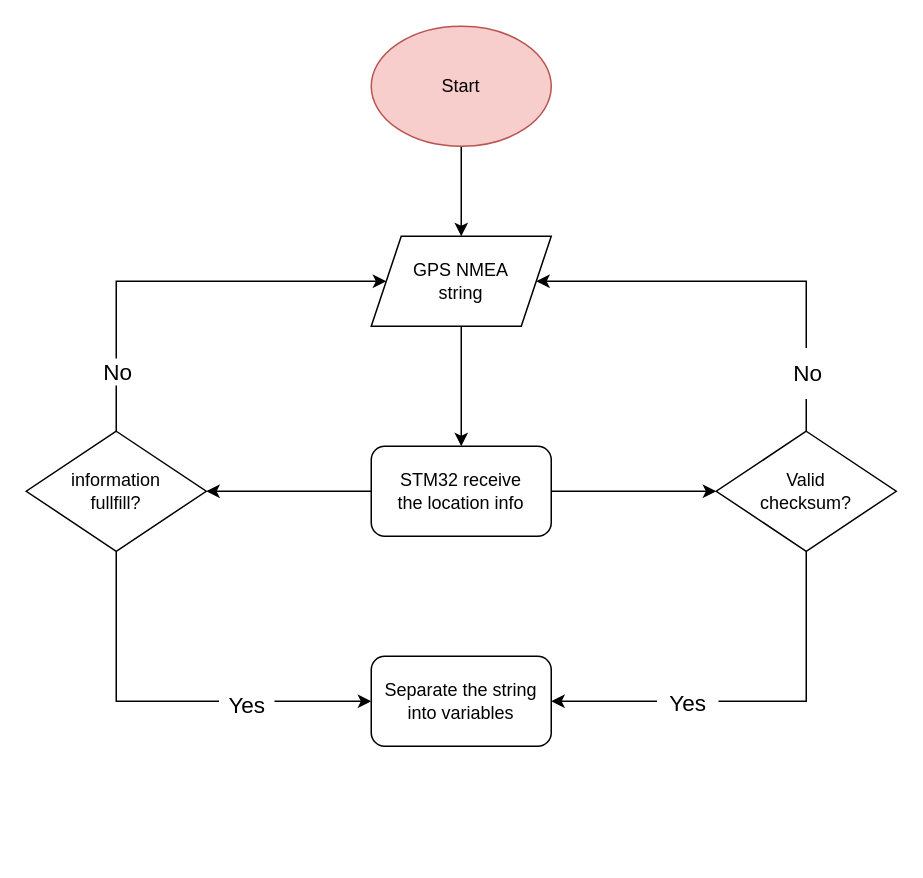
Above: GPS-device-flowchart.drawio in lukas0173/Draw.io (draw.io), before the change. Source tidied: cells renumbered, new cells numbered last; positions are measured from the earlier drawing's top-left corner, leaving out a move shared by most shapes. Both pictures are drawn from the tidied source at 150%, with x=0, y=0 at pixel (26, 26).
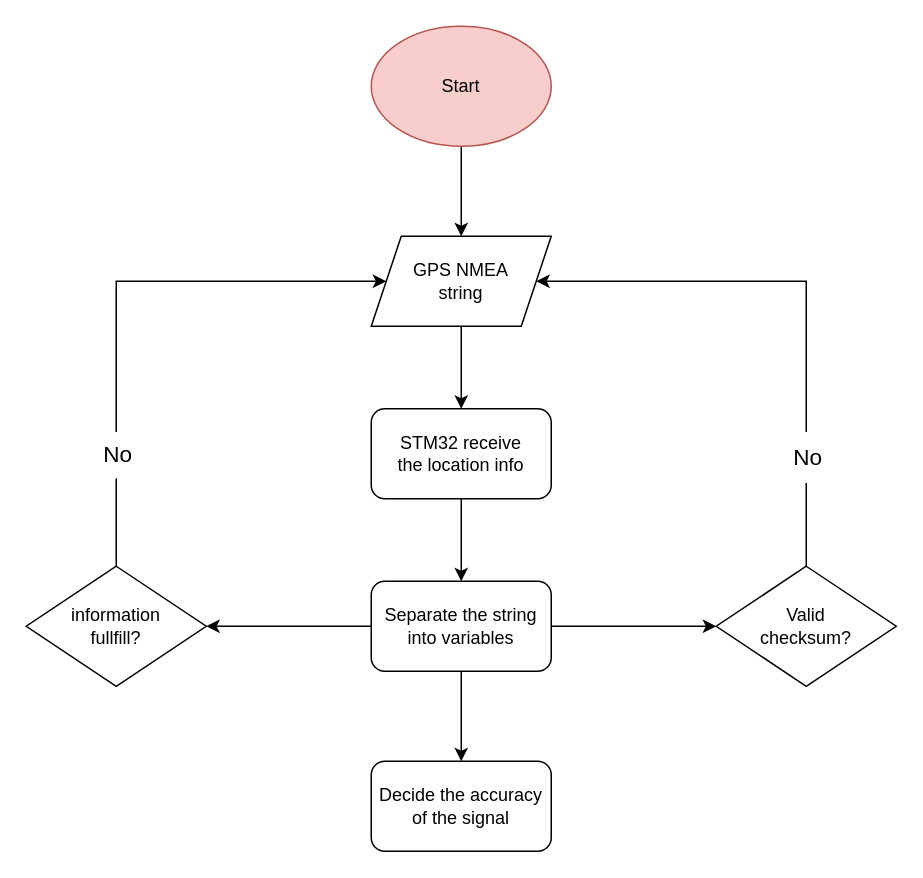
The same page after the edit.

Unchanged cells that the change refers to:
```xml
<mxCell id="6" style="edgeStyle=orthogonalEdgeStyle;rounded=0;jettySize=auto;html=1;entryX=1;entryY=0.5;entryDx=0;entryDy=0;" parent="1" edge="1" source="10" target="5">
  <mxGeometry relative="1" as="geometry">
    <Array as="points">
      <mxPoint x="520" y="170" />
    </Array>
  </mxGeometry>
</mxCell>
<mxCell id="11" style="edgeStyle=orthogonalEdgeStyle;rounded=0;jettySize=auto;html=1;entryX=0;entryY=0.5;entryDx=0;entryDy=0;" parent="1" edge="1" source="15" target="5">
  <mxGeometry relative="1" as="geometry">
    <Array as="points">
      <mxPoint x="60" y="170" />
    </Array>
  </mxGeometry>
</mxCell>
```

Diff of the diagram source:
```diff
@@
     <mxCell id="7" value="&lt;p style=&quot;line-height: 80%;&quot;&gt;&lt;/p&gt;&lt;div style=&quot;font-size: 15px; line-height: 80%;&quot;&gt;No&lt;/div&gt;&lt;p&gt;&lt;/p&gt;" style="edgeLabel;html=1;align=center;verticalAlign=middle;" parent="6" vertex="1">
       <mxGeometry x="-0.69" y="-2" relative="1" as="geometry">
-        <mxPoint x="-2" y="3" as="offset" />
+        <mxPoint x="-2" y="-17" as="offset" />
       </mxGeometry>
     </mxCell>
-    <mxCell id="8" style="edgeStyle=orthogonalEdgeStyle;rounded=0;jettySize=auto;html=1;entryX=1;entryY=0.5;entryDx=0;entryDy=0;" parent="1" edge="1" source="10" target="19">
-      <mxGeometry relative="1" as="geometry">
-        <Array as="points">
-          <mxPoint x="520" y="450" />
-        </Array>
-      </mxGeometry>
-    </mxCell>
-    <mxCell id="9" value="&lt;font style=&quot;font-size: 15px;&quot;&gt;&amp;nbsp; Yes &amp;nbsp; &lt;br&gt;&lt;/font&gt;" style="edgeLabel;html=1;align=center;verticalAlign=middle;" parent="8" vertex="1">
-      <mxGeometry x="0.41" relative="1" as="geometry">
-        <mxPoint x="10" as="offset" />
-      </mxGeometry>
-    </mxCell>
     <mxCell id="10" value="&lt;div&gt;Valid&lt;/div&gt;&lt;div&gt;checksum?&lt;br&gt;&lt;/div&gt;" style="rhombus;whiteSpace=wrap;html=1;" parent="1" vertex="1">
-      <mxGeometry x="460" y="270" width="120" height="80" as="geometry" />
+      <mxGeometry x="460" y="360" width="120" height="80" as="geometry" />
     </mxCell>
@@
-    <mxCell id="12" value="&lt;font style=&quot;font-size: 15px;&quot;&gt;No&lt;/font&gt;" style="edgeLabel;html=1;align=center;verticalAlign=middle;" parent="11" vertex="1">
+    <mxCell id="12" value="&lt;p style=&quot;line-height: 80%;&quot;&gt;&lt;font style=&quot;font-size: 15px;&quot;&gt;No&lt;/font&gt;&lt;/p&gt;" style="edgeLabel;html=1;align=center;verticalAlign=middle;" parent="11" vertex="1">
       <mxGeometry x="-0.63" relative="1" as="geometry">
-        <mxPoint y="11" as="offset" />
+        <mxPoint y="-7" as="offset" />
       </mxGeometry>
     </mxCell>
-    <mxCell id="13" style="edgeStyle=orthogonalEdgeStyle;rounded=0;jettySize=auto;html=1;entryX=0;entryY=0.5;entryDx=0;entryDy=0;" parent="1" edge="1" source="15" target="19">
-      <mxGeometry relative="1" as="geometry">
-        <Array as="points">
-          <mxPoint x="60" y="450" />
-        </Array>
-      </mxGeometry>
-    </mxCell>
-    <mxCell id="14" value="&amp;nbsp; &lt;font style=&quot;font-size: 15px;&quot;&gt;Yes&lt;/font&gt; &amp;nbsp; " style="edgeLabel;html=1;align=center;verticalAlign=middle;" parent="13" vertex="1">
-      <mxGeometry x="0.38" y="-1" relative="1" as="geometry" />
-    </mxCell>
     <mxCell id="15" value="&lt;div&gt;information&lt;/div&gt;&lt;div&gt;fullfill?&lt;br&gt;&lt;/div&gt;" style="rhombus;whiteSpace=wrap;html=1;" parent="1" vertex="1">
-      <mxGeometry y="270" width="120" height="80" as="geometry" />
+      <mxGeometry y="360" width="120" height="80" as="geometry" />
     </mxCell>
-    <mxCell id="16" style="edgeStyle=orthogonalEdgeStyle;rounded=0;jettySize=auto;html=1;" parent="1" edge="1" source="18" target="10">
-      <mxGeometry relative="1" as="geometry" />
-    </mxCell>
-    <mxCell id="17" style="edgeStyle=orthogonalEdgeStyle;rounded=0;jettySize=auto;html=1;" parent="1" edge="1" source="18" target="15">
-      <mxGeometry relative="1" as="geometry" />
-    </mxCell>
+    <mxCell id="20" style="edgeStyle=orthogonalEdgeStyle;rounded=0;jettySize=auto;html=1;" parent="1" edge="1" source="18" target="19">
+      <mxGeometry relative="1" as="geometry" />
+    </mxCell>
     <mxCell id="18" value="&lt;div&gt;STM32 receive&lt;/div&gt;&lt;div&gt;the location info&lt;br&gt;&lt;/div&gt;" style="rounded=1;whiteSpace=wrap;html=1;" parent="1" vertex="1">
-      <mxGeometry x="230" y="280" width="120" height="60" as="geometry" />
+      <mxGeometry x="230" y="255" width="120" height="60" as="geometry" />
     </mxCell>
+    <mxCell id="21" style="edgeStyle=orthogonalEdgeStyle;rounded=0;jettySize=auto;html=1;" parent="1" edge="1" source="19" target="15">
+      <mxGeometry relative="1" as="geometry" />
+    </mxCell>
+    <mxCell id="22" style="edgeStyle=orthogonalEdgeStyle;rounded=0;jettySize=auto;html=1;" parent="1" edge="1" source="19" target="10">
+      <mxGeometry relative="1" as="geometry" />
+    </mxCell>
+    <mxCell id="23" style="edgeStyle=orthogonalEdgeStyle;rounded=0;jettySize=auto;html=1;" parent="1" edge="1" source="19" target="24">
+      <mxGeometry relative="1" as="geometry" />
+    </mxCell>
     <mxCell id="19" value="Separate the string into variables" style="rounded=1;whiteSpace=wrap;html=1;" parent="1" vertex="1">
-      <mxGeometry x="230" y="420" width="120" height="60" as="geometry" />
+      <mxGeometry x="230" y="370" width="120" height="60" as="geometry" />
     </mxCell>
+    <mxCell id="24" value="Decide the accuracy of the signal" style="rounded=1;whiteSpace=wrap;html=1;" parent="1" vertex="1">
+      <mxGeometry x="230" y="490" width="120" height="60" as="geometry" />
+    </mxCell>
```
